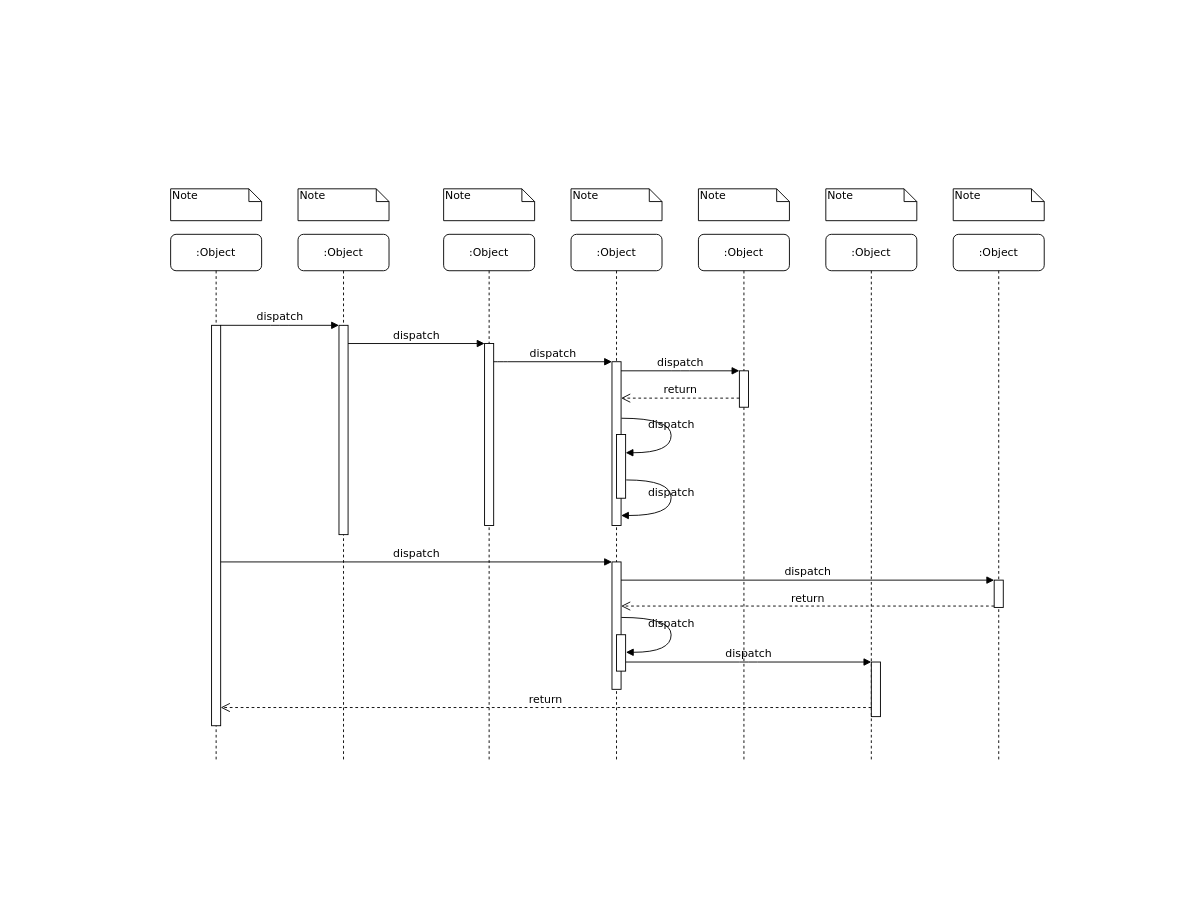
Before: work/OrderMangDiagram.drawio in profjordanov/phd, a draw.io diagram. Source tidied: cells renumbered, new cells numbered last; positions are measured from the earlier drawing's top-left corner, leaving out a move shared by most shapes. Both pictures are drawn from the tidied source at 91%, with x=0, y=0 at pixel (170, 188).
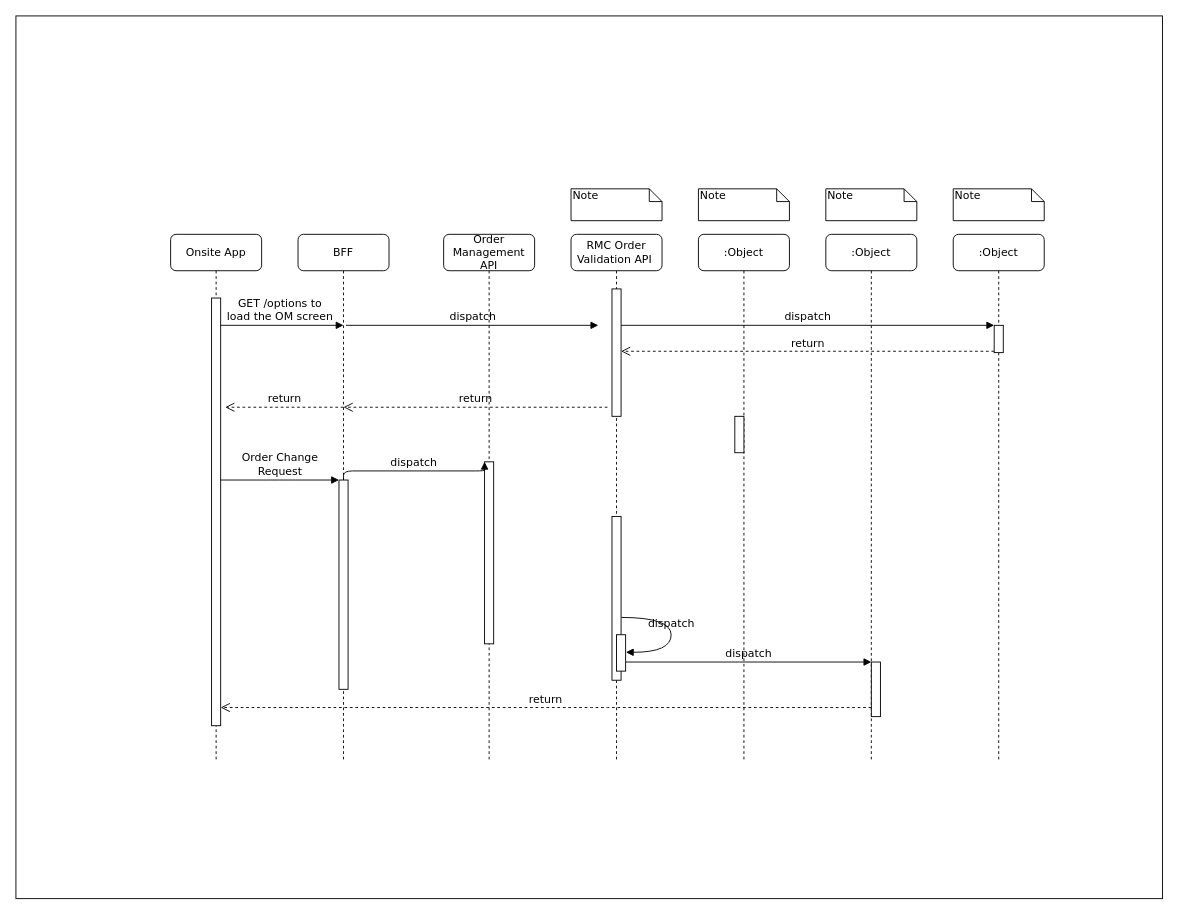
After the change.

Unchanged cells that the change refers to:
```xml
<mxCell id="7" value=":Object" style="shape=umlLifeline;perimeter=lifelinePerimeter;whiteSpace=wrap;html=1;rounded=1;shadow=0;comic=0;labelBackgroundColor=none;strokeWidth=1;fontFamily=Verdana;fontSize=12;align=center;" parent="1" vertex="1">
  <mxGeometry x="580" y="50" width="100" height="580" as="geometry" />
</mxCell>
<mxCell id="9" value=":Object" style="shape=umlLifeline;perimeter=lifelinePerimeter;whiteSpace=wrap;html=1;rounded=1;shadow=0;comic=0;labelBackgroundColor=none;strokeWidth=1;fontFamily=Verdana;fontSize=12;align=center;" parent="1" vertex="1">
  <mxGeometry x="860" y="50" width="100" height="580" as="geometry" />
</mxCell>
<mxCell id="22" style="html=1;points=[];perimeter=orthogonalPerimeter;rounded=0;shadow=0;comic=0;labelBackgroundColor=none;strokeWidth=1;fontFamily=Verdana;fontSize=12;align=center;" parent="1" vertex="1">
  <mxGeometry x="770" y="520" width="10" height="60" as="geometry" />
</mxCell>
```

Change to the diagram source:
```diff
@@
-    <mxCell id="2" value=":Object" style="shape=umlLifeline;perimeter=lifelinePerimeter;whiteSpace=wrap;html=1;rounded=1;shadow=0;comic=0;labelBackgroundColor=none;strokeWidth=1;fontFamily=Verdana;fontSize=12;align=center;" parent="1" vertex="1">
-      <mxGeometry x="140" y="50" width="100" height="580" as="geometry" />
-    </mxCell>
-    <mxCell id="3" style="html=1;points=[];perimeter=orthogonalPerimeter;rounded=0;shadow=0;comic=0;labelBackgroundColor=none;strokeWidth=1;fontFamily=Verdana;fontSize=12;align=center;" parent="2" vertex="1">
-      <mxGeometry x="45" y="100" width="10" height="230" as="geometry" />
-    </mxCell>
-    <mxCell id="4" value=":Object" style="shape=umlLifeline;perimeter=lifelinePerimeter;whiteSpace=wrap;html=1;rounded=1;shadow=0;comic=0;labelBackgroundColor=none;strokeWidth=1;fontFamily=Verdana;fontSize=12;align=center;" parent="1" vertex="1">
-      <mxGeometry x="300" y="50" width="100" height="580" as="geometry" />
-    </mxCell>
-    <mxCell id="5" style="html=1;points=[];perimeter=orthogonalPerimeter;rounded=0;shadow=0;comic=0;labelBackgroundColor=none;strokeWidth=1;fontFamily=Verdana;fontSize=12;align=center;" parent="4" vertex="1">
-      <mxGeometry x="45" y="120" width="10" height="200" as="geometry" />
-    </mxCell>
-    <mxCell id="6" value=":Object" style="shape=umlLifeline;perimeter=lifelinePerimeter;whiteSpace=wrap;html=1;rounded=1;shadow=0;comic=0;labelBackgroundColor=none;strokeWidth=1;fontFamily=Verdana;fontSize=12;align=center;" parent="1" vertex="1">
-      <mxGeometry x="440" y="50" width="100" height="580" as="geometry" />
-    </mxCell>
+    <mxCell id="39" style="rounded=0;whiteSpace=wrap;html=1;" parent="1" vertex="1">
+      <mxGeometry x="-170" y="-190" width="1260" height="970" as="geometry" />
+    </mxCell>
+    <mxCell id="40" value="BFF" style="shape=umlLifeline;perimeter=lifelinePerimeter;whiteSpace=wrap;html=1;rounded=1;shadow=0;comic=0;labelBackgroundColor=none;strokeWidth=1;fontFamily=Verdana;fontSize=12;align=center;" parent="1" vertex="1">
+      <mxGeometry x="140" y="50" width="100" height="580" as="geometry" />
+    </mxCell>
+    <mxCell id="41" style="html=1;points=[];perimeter=orthogonalPerimeter;rounded=0;shadow=0;comic=0;labelBackgroundColor=none;strokeWidth=1;fontFamily=Verdana;fontSize=12;align=center;" parent="40" vertex="1">
+      <mxGeometry x="45" y="270" width="10" height="230" as="geometry" />
+    </mxCell>
+    <mxCell id="42" value="GET /options to&lt;div&gt;load the OM screen&lt;/div&gt;" style="html=1;verticalAlign=bottom;endArrow=block;labelBackgroundColor=none;fontFamily=Verdana;fontSize=12;" parent="40" edge="1">
+      <mxGeometry relative="1" as="geometry">
+        <mxPoint x="-90" y="100" as="sourcePoint" />
+        <mxPoint x="50" y="100" as="targetPoint" />
+      </mxGeometry>
+    </mxCell>
+    <mxCell id="43" value="Order Management API" style="shape=umlLifeline;perimeter=lifelinePerimeter;whiteSpace=wrap;html=1;rounded=1;shadow=0;comic=0;labelBackgroundColor=none;strokeWidth=1;fontFamily=Verdana;fontSize=12;align=center;" parent="1" vertex="1">
+      <mxGeometry x="300" y="50" width="100" height="580" as="geometry" />
+    </mxCell>
+    <mxCell id="44" style="html=1;points=[];perimeter=orthogonalPerimeter;rounded=0;shadow=0;comic=0;labelBackgroundColor=none;strokeWidth=1;fontFamily=Verdana;fontSize=12;align=center;" parent="43" vertex="1">
+      <mxGeometry x="45" y="250" width="10" height="200" as="geometry" />
+    </mxCell>
+    <mxCell id="45" value="dispatch" style="html=1;verticalAlign=bottom;endArrow=block;labelBackgroundColor=none;fontFamily=Verdana;fontSize=12;" parent="43" edge="1">
+      <mxGeometry relative="1" as="geometry">
+        <mxPoint x="-107.3" y="100" as="sourcePoint" />
+        <mxPoint x="170" y="100" as="targetPoint" />
+      </mxGeometry>
+    </mxCell>
+    <mxCell id="46" value="RMC Order Validation API&amp;nbsp;" style="shape=umlLifeline;perimeter=lifelinePerimeter;whiteSpace=wrap;html=1;rounded=1;shadow=0;comic=0;labelBackgroundColor=none;strokeWidth=1;fontFamily=Verdana;fontSize=12;align=center;" parent="1" vertex="1">
+      <mxGeometry x="440" y="50" width="100" height="580" as="geometry" />
+    </mxCell>
+    <mxCell id="47" style="html=1;perimeter=orthogonalPerimeter;rounded=0;shadow=0;comic=0;labelBackgroundColor=none;strokeWidth=1;fontFamily=Verdana;fontSize=12;align=center;" parent="46" vertex="1">
+      <mxGeometry x="45" y="310" width="10" height="180" as="geometry" />
+    </mxCell>
+    <mxCell id="48" style="html=1;points=[];perimeter=orthogonalPerimeter;rounded=0;shadow=0;comic=0;labelBackgroundColor=none;strokeWidth=1;fontFamily=Verdana;fontSize=12;align=center;" parent="46" vertex="1">
+      <mxGeometry x="45" y="60" width="10" height="140" as="geometry" />
+    </mxCell>
@@
+    <mxCell id="49" style="html=1;perimeter=orthogonalPerimeter;rounded=0;shadow=0;comic=0;labelBackgroundColor=none;strokeWidth=1;fontFamily=Verdana;fontSize=12;align=center;" parent="7" vertex="1">
+      <mxGeometry x="40" y="200" width="10" height="40" as="geometry" />
+    </mxCell>
@@
-    <mxCell id="10" value=":Object" style="shape=umlLifeline;perimeter=lifelinePerimeter;whiteSpace=wrap;html=1;rounded=1;shadow=0;comic=0;labelBackgroundColor=none;strokeWidth=1;fontFamily=Verdana;fontSize=12;align=center;" parent="1" vertex="1">
-      <mxGeometry y="50" width="100" height="580" as="geometry" />
-    </mxCell>
-    <mxCell id="11" style="html=1;points=[];perimeter=orthogonalPerimeter;rounded=0;shadow=0;comic=0;labelBackgroundColor=none;strokeWidth=1;fontFamily=Verdana;fontSize=12;align=center;" parent="10" vertex="1">
-      <mxGeometry x="45" y="100" width="10" height="440" as="geometry" />
-    </mxCell>
-    <mxCell id="12" style="html=1;points=[];perimeter=orthogonalPerimeter;rounded=0;shadow=0;comic=0;labelBackgroundColor=none;strokeWidth=1;fontFamily=Verdana;fontSize=12;align=center;" parent="1" vertex="1">
-      <mxGeometry x="485" y="190" width="10" height="180" as="geometry" />
-    </mxCell>
-    <mxCell id="13" value="dispatch" style="html=1;verticalAlign=bottom;endArrow=block;labelBackgroundColor=none;fontFamily=Verdana;fontSize=12;edgeStyle=elbowEdgeStyle;elbow=vertical;" parent="1" edge="1" source="5" target="12">
-      <mxGeometry relative="1" as="geometry">
-        <Array as="points">
-          <mxPoint x="360" y="190" />
-        </Array>
-      </mxGeometry>
-    </mxCell>
-    <mxCell id="14" style="html=1;points=[];perimeter=orthogonalPerimeter;rounded=0;shadow=0;comic=0;labelBackgroundColor=none;strokeWidth=1;fontFamily=Verdana;fontSize=12;align=center;" parent="1" vertex="1">
-      <mxGeometry x="625" y="200" width="10" height="40" as="geometry" />
-    </mxCell>
-    <mxCell id="15" value="dispatch" style="html=1;verticalAlign=bottom;endArrow=block;entryX=0;entryY=0;labelBackgroundColor=none;fontFamily=Verdana;fontSize=12;edgeStyle=elbowEdgeStyle;elbow=vertical;" parent="1" edge="1" source="12" target="14">
-      <mxGeometry relative="1" as="geometry" />
-    </mxCell>
-    <mxCell id="16" value="return" style="html=1;verticalAlign=bottom;endArrow=open;dashed=1;endSize=8;labelBackgroundColor=none;fontFamily=Verdana;fontSize=12;edgeStyle=elbowEdgeStyle;elbow=vertical;" parent="1" edge="1" source="14" target="12">
-      <mxGeometry relative="1" as="geometry">
-        <Array as="points">
-          <mxPoint x="570" y="230" />
-          <mxPoint x="600" y="230" />
-        </Array>
-      </mxGeometry>
-    </mxCell>
-    <mxCell id="17" style="html=1;points=[];perimeter=orthogonalPerimeter;rounded=0;shadow=0;comic=0;labelBackgroundColor=none;strokeWidth=1;fontFamily=Verdana;fontSize=12;align=center;" parent="1" vertex="1">
-      <mxGeometry x="485" y="410" width="10" height="140" as="geometry" />
-    </mxCell>
-    <mxCell id="18" value="dispatch" style="html=1;verticalAlign=bottom;endArrow=block;entryX=0;entryY=0;labelBackgroundColor=none;fontFamily=Verdana;fontSize=12;" parent="1" edge="1" source="11" target="17">
-      <mxGeometry relative="1" as="geometry" />
-    </mxCell>
-    <mxCell id="19" style="html=1;points=[];perimeter=orthogonalPerimeter;rounded=0;shadow=0;comic=0;labelBackgroundColor=none;strokeColor=#000000;strokeWidth=1;fillColor=#FFFFFF;fontFamily=Verdana;fontSize=12;fontColor=#000000;align=center;" parent="1" vertex="1">
-      <mxGeometry x="905" y="430" width="10" height="30" as="geometry" />
-    </mxCell>
-    <mxCell id="20" value="dispatch" style="html=1;verticalAlign=bottom;endArrow=block;entryX=0;entryY=0;labelBackgroundColor=none;fontFamily=Verdana;fontSize=12;" parent="1" edge="1" source="17" target="19">
-      <mxGeometry relative="1" as="geometry" />
-    </mxCell>
-    <mxCell id="21" value="return" style="html=1;verticalAlign=bottom;endArrow=open;dashed=1;endSize=8;exitX=0;exitY=0.95;labelBackgroundColor=none;fontFamily=Verdana;fontSize=12;" parent="1" edge="1" source="19" target="17">
-      <mxGeometry relative="1" as="geometry" />
-    </mxCell>
+    <mxCell id="50" style="html=1;points=[];perimeter=orthogonalPerimeter;rounded=0;shadow=0;comic=0;labelBackgroundColor=none;strokeColor=#000000;strokeWidth=1;fillColor=#FFFFFF;fontFamily=Verdana;fontSize=12;fontColor=#000000;align=center;" parent="9" vertex="1">
+      <mxGeometry x="45" y="100" width="10" height="30" as="geometry" />
+    </mxCell>
+    <mxCell id="51" value="Onsite App" style="shape=umlLifeline;perimeter=lifelinePerimeter;whiteSpace=wrap;html=1;rounded=1;shadow=0;comic=0;labelBackgroundColor=none;strokeWidth=1;fontFamily=Verdana;fontSize=12;align=center;" parent="1" vertex="1">
+      <mxGeometry y="50" width="100" height="580" as="geometry" />
+    </mxCell>
+    <mxCell id="52" style="html=1;points=[];perimeter=orthogonalPerimeter;rounded=0;shadow=0;comic=0;labelBackgroundColor=none;strokeWidth=1;fontFamily=Verdana;fontSize=12;align=center;" parent="51" vertex="1">
+      <mxGeometry x="45" y="70" width="10" height="470" as="geometry" />
+    </mxCell>
+    <mxCell id="53" value="dispatch" style="html=1;verticalAlign=bottom;endArrow=block;entryX=0;entryY=0;labelBackgroundColor=none;fontFamily=Verdana;fontSize=12;" parent="1" edge="1" source="48" target="50">
+      <mxGeometry relative="1" as="geometry" />
+    </mxCell>
+    <mxCell id="54" value="return" style="html=1;verticalAlign=bottom;endArrow=open;dashed=1;endSize=8;exitX=0;exitY=0.95;labelBackgroundColor=none;fontFamily=Verdana;fontSize=12;" parent="1" edge="1" source="50" target="48">
+      <mxGeometry relative="1" as="geometry" />
+    </mxCell>
@@
-    <mxCell id="24" value="return" style="html=1;verticalAlign=bottom;endArrow=open;dashed=1;endSize=8;labelBackgroundColor=none;fontFamily=Verdana;fontSize=12;edgeStyle=elbowEdgeStyle;elbow=vertical;" parent="1" edge="1" source="22" target="11">
-      <mxGeometry relative="1" as="geometry">
-        <Array as="points">
-          <mxPoint x="470" y="570" />
-        </Array>
-      </mxGeometry>
-    </mxCell>
-    <mxCell id="25" value="dispatch" style="html=1;verticalAlign=bottom;endArrow=block;entryX=0;entryY=0;labelBackgroundColor=none;fontFamily=Verdana;fontSize=12;edgeStyle=elbowEdgeStyle;elbow=vertical;" parent="1" edge="1" source="11" target="3">
-      <mxGeometry relative="1" as="geometry" />
-    </mxCell>
-    <mxCell id="26" value="dispatch" style="html=1;verticalAlign=bottom;endArrow=block;entryX=0;entryY=0;labelBackgroundColor=none;fontFamily=Verdana;fontSize=12;edgeStyle=elbowEdgeStyle;elbow=vertical;" parent="1" edge="1" source="3" target="5">
-      <mxGeometry relative="1" as="geometry" />
-    </mxCell>
-    <mxCell id="27" style="html=1;points=[];perimeter=orthogonalPerimeter;rounded=0;shadow=0;comic=0;labelBackgroundColor=none;strokeWidth=1;fontFamily=Verdana;fontSize=12;align=center;" parent="1" vertex="1">
-      <mxGeometry x="490" y="270" width="10" height="70" as="geometry" />
-    </mxCell>
-    <mxCell id="28" value="dispatch" style="html=1;verticalAlign=bottom;endArrow=block;labelBackgroundColor=none;fontFamily=Verdana;fontSize=12;elbow=vertical;edgeStyle=orthogonalEdgeStyle;curved=1;entryX=1;entryY=0.286;entryPerimeter=0;exitX=1.038;exitY=0.345;exitPerimeter=0;" parent="1" edge="1" source="12" target="27">
-      <mxGeometry relative="1" as="geometry">
-        <Array as="points">
-          <mxPoint x="550" y="252" />
-          <mxPoint x="550" y="290" />
-        </Array>
-      </mxGeometry>
-    </mxCell>
-    <mxCell id="29" value="dispatch" style="html=1;verticalAlign=bottom;endArrow=block;labelBackgroundColor=none;fontFamily=Verdana;fontSize=12;elbow=vertical;edgeStyle=orthogonalEdgeStyle;curved=1;exitX=1.066;exitY=0.713;exitPerimeter=0;" parent="1" edge="1" source="27">
-      <mxGeometry relative="1" as="geometry">
-        <mxPoint x="495" y="359" as="targetPoint" />
-        <Array as="points">
-          <mxPoint x="550" y="320" />
-          <mxPoint x="550" y="359" />
-        </Array>
-      </mxGeometry>
-    </mxCell>
+    <mxCell id="55" value="return" style="html=1;verticalAlign=bottom;endArrow=open;dashed=1;endSize=8;labelBackgroundColor=none;fontFamily=Verdana;fontSize=12;edgeStyle=elbowEdgeStyle;elbow=vertical;" parent="1" edge="1" source="22" target="52">
+      <mxGeometry relative="1" as="geometry">
+        <Array as="points">
+          <mxPoint x="470" y="570" />
+        </Array>
+      </mxGeometry>
+    </mxCell>
+    <mxCell id="56" value="Order Change&lt;div&gt;Request&lt;/div&gt;" style="html=1;verticalAlign=bottom;endArrow=block;entryX=0;entryY=0;labelBackgroundColor=none;fontFamily=Verdana;fontSize=12;edgeStyle=elbowEdgeStyle;elbow=vertical;" parent="1" edge="1" source="52" target="41">
+      <mxGeometry relative="1" as="geometry" />
+    </mxCell>
+    <mxCell id="57" value="dispatch" style="html=1;verticalAlign=bottom;endArrow=block;entryX=0;entryY=0;labelBackgroundColor=none;fontFamily=Verdana;fontSize=12;edgeStyle=elbowEdgeStyle;elbow=vertical;" parent="1" edge="1" source="41" target="44">
+      <mxGeometry relative="1" as="geometry" />
+    </mxCell>
@@
-    <mxCell id="31" value="dispatch" style="html=1;verticalAlign=bottom;endArrow=block;labelBackgroundColor=none;fontFamily=Verdana;fontSize=12;elbow=vertical;edgeStyle=orthogonalEdgeStyle;curved=1;entryX=1;entryY=0.286;entryPerimeter=0;exitX=1.038;exitY=0.345;exitPerimeter=0;" parent="1" edge="1">
-      <mxGeometry relative="1" as="geometry">
-        <mxPoint x="495.3" y="471" as="sourcePoint" />
-        <mxPoint x="500.3" y="509.3" as="targetPoint" />
-        <Array as="points">
-          <mxPoint x="550" y="471" />
-          <mxPoint x="550" y="509" />
-        </Array>
-      </mxGeometry>
-    </mxCell>
-    <mxCell id="32" value="Note" style="shape=note;whiteSpace=wrap;html=1;size=14;verticalAlign=top;align=left;spacingTop=-6;rounded=0;shadow=0;comic=0;labelBackgroundColor=none;strokeWidth=1;fontFamily=Verdana;fontSize=12;" parent="1" vertex="1">
-      <mxGeometry width="100" height="35" as="geometry" />
-    </mxCell>
-    <mxCell id="33" value="Note" style="shape=note;whiteSpace=wrap;html=1;size=14;verticalAlign=top;align=left;spacingTop=-6;rounded=0;shadow=0;comic=0;labelBackgroundColor=none;strokeWidth=1;fontFamily=Verdana;fontSize=12;" parent="1" vertex="1">
-      <mxGeometry x="140" width="100" height="35" as="geometry" />
-    </mxCell>
-    <mxCell id="34" value="Note" style="shape=note;whiteSpace=wrap;html=1;size=14;verticalAlign=top;align=left;spacingTop=-6;rounded=0;shadow=0;comic=0;labelBackgroundColor=none;strokeWidth=1;fontFamily=Verdana;fontSize=12;" parent="1" vertex="1">
-      <mxGeometry x="300" width="100" height="35" as="geometry" />
-    </mxCell>
+    <mxCell id="58" value="dispatch" style="html=1;verticalAlign=bottom;endArrow=block;labelBackgroundColor=none;fontFamily=Verdana;fontSize=12;elbow=vertical;edgeStyle=orthogonalEdgeStyle;curved=1;entryX=1;entryY=0.286;entryPerimeter=0;exitX=1.038;exitY=0.345;exitPerimeter=0;" parent="1" edge="1">
+      <mxGeometry relative="1" as="geometry">
+        <mxPoint x="495.3" y="471" as="sourcePoint" />
+        <mxPoint x="500.3" y="509.3" as="targetPoint" />
+        <Array as="points">
+          <mxPoint x="550" y="471" />
+          <mxPoint x="550" y="509" />
+        </Array>
+      </mxGeometry>
+    </mxCell>
@@
+    <mxCell id="59" value="return" style="html=1;verticalAlign=bottom;endArrow=open;dashed=1;endSize=8;exitX=0;exitY=0.95;labelBackgroundColor=none;fontFamily=Verdana;fontSize=12;" parent="1" edge="1">
+      <mxGeometry relative="1" as="geometry">
+        <mxPoint x="480" y="240" as="sourcePoint" />
+        <mxPoint x="190" y="240" as="targetPoint" />
+      </mxGeometry>
+    </mxCell>
+    <mxCell id="60" value="return" style="html=1;verticalAlign=bottom;endArrow=open;dashed=1;endSize=8;labelBackgroundColor=none;fontFamily=Verdana;fontSize=12;" parent="1" edge="1">
+      <mxGeometry relative="1" as="geometry">
+        <mxPoint x="190" y="240" as="sourcePoint" />
+        <mxPoint x="60" y="240" as="targetPoint" />
+      </mxGeometry>
+    </mxCell>
```
